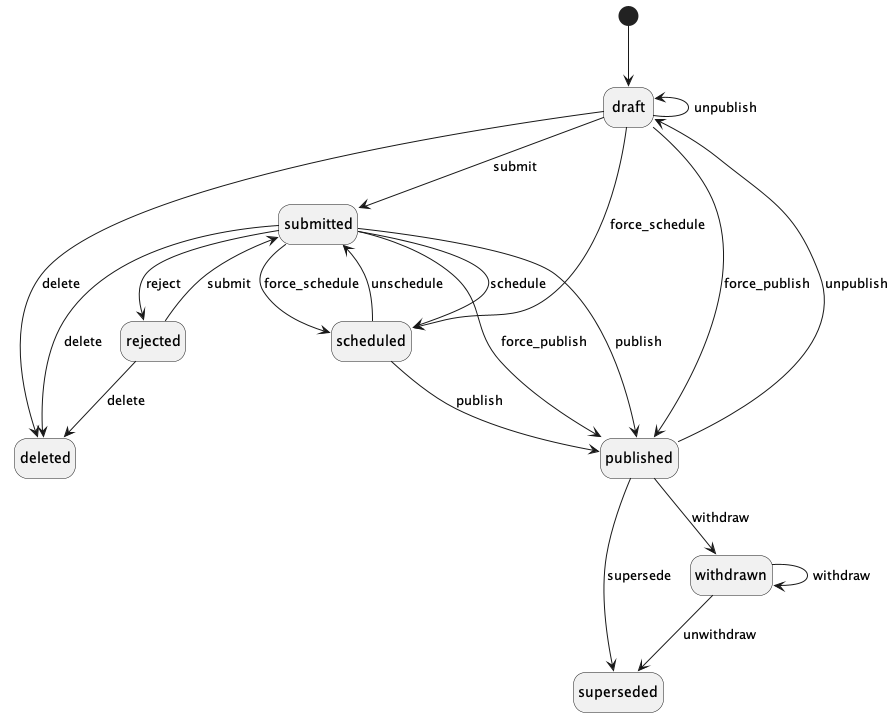
alphagov/whitehall keeps this PlantUML diagram as docs/diagrams/edition_state_transitions.png. Above is the earlier version.
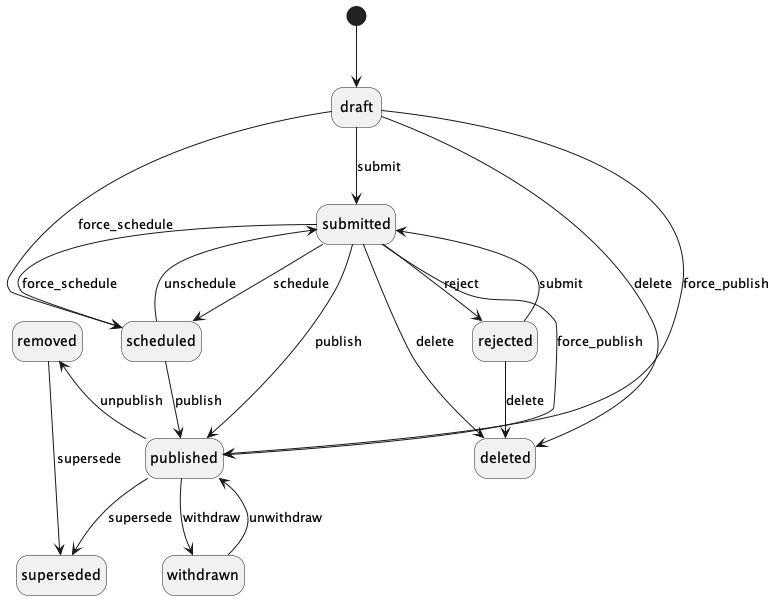
The same file after the commit.

Commit message:
Rationalize unpublishing state transitions

Diff of the diagram source:
```diff
@@ -24,14 +24,14 @@
 draft -[norank]-> published: force_publish
 submitted -[norank]-> published: force_publish
 
-published -u-> draft: unpublish
-draft -u-> draft: unpublish
+published -u-> removed: unpublish
 
 published --> superseded: supersede
 
 published --> withdrawn: withdraw
-withdrawn --> withdrawn: withdraw
 
-withdrawn --> superseded: unwithdraw
+withdrawn --> published: unwithdraw
+
+removed --> superseded: supersede
 
 @enduml
```
